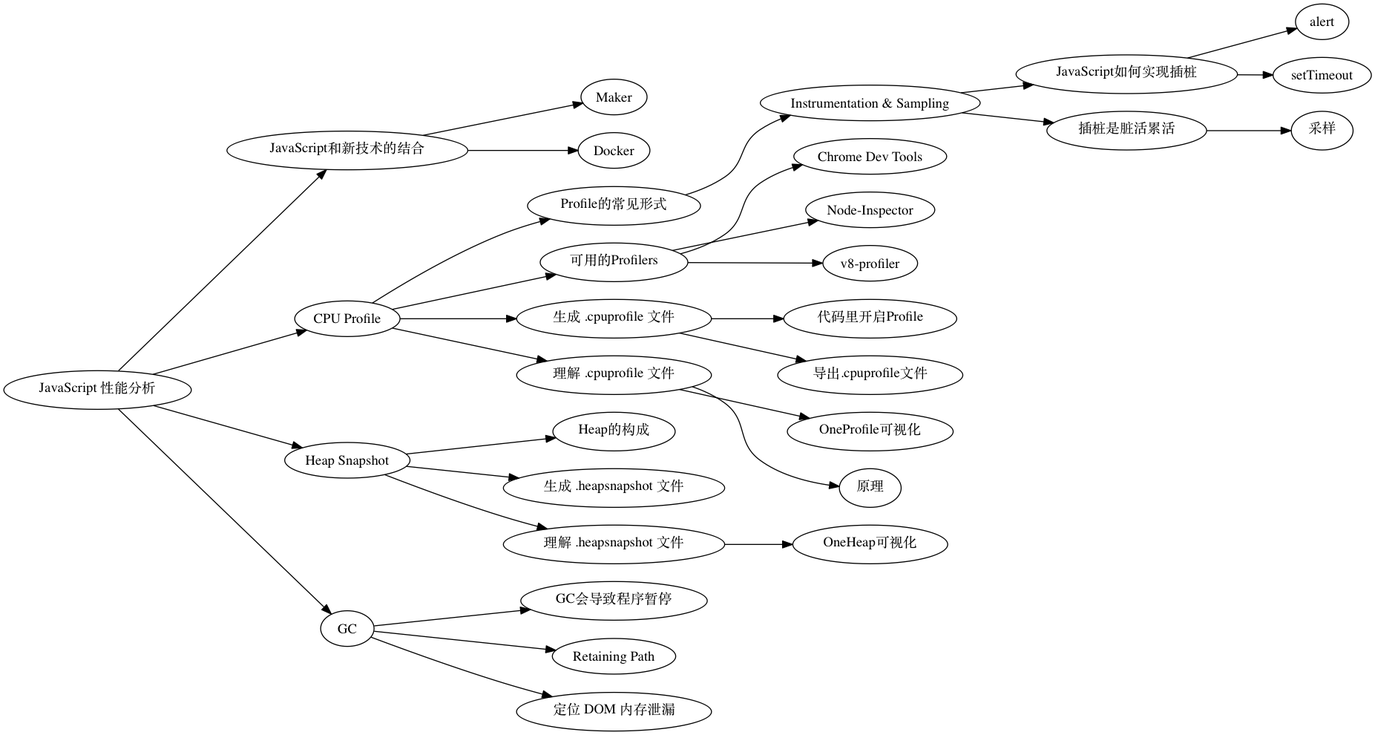
Above: Contents.png in longtian/stuq_workshop (Graphviz), before the change. Its source is kept beside it as Contents.dot.
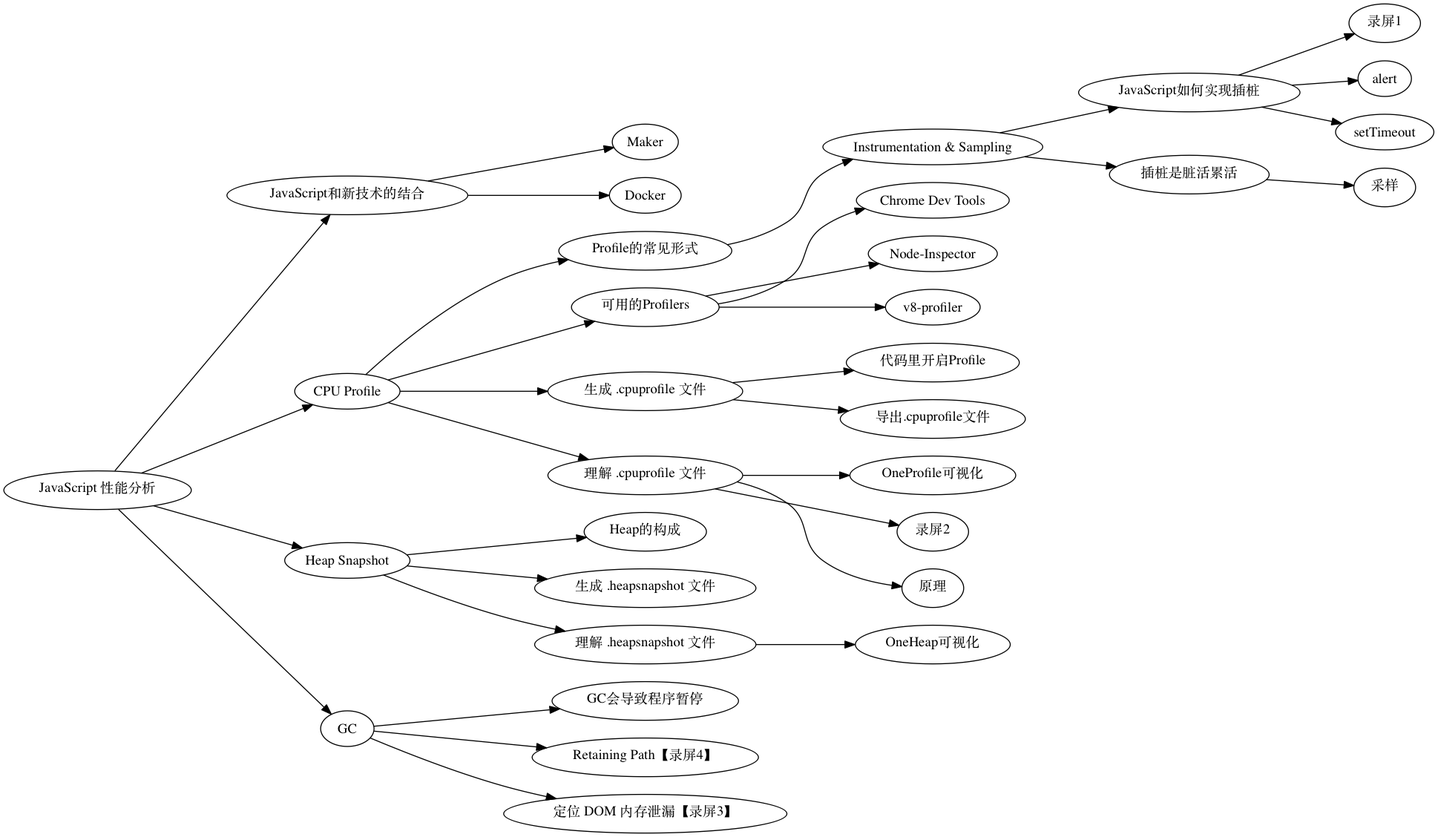
The same file after the commit.

Diff of the diagram source:
```diff
@@ -5,16 +5,16 @@
   	"JavaScript和新技术的结合"->"Maker","Docker"
 
 	"CPU Profile"->"Profile的常见形式"->"Instrumentation & Sampling"
-	"Instrumentation & Sampling"->"JavaScript如何实现插桩"->"alert","setTimeout"
+	"Instrumentation & Sampling"->"JavaScript如何实现插桩"->"录屏1","alert","setTimeout"
 	"Instrumentation & Sampling"->"插桩是脏活累活"->"采样"
 
 	"CPU Profile"->"可用的Profilers"->"Chrome Dev Tools","Node-Inspector","v8-profiler"
 	"CPU Profile"->"生成 .cpuprofile 文件"->"代码里开启Profile","导出.cpuprofile文件"
-	"CPU Profile"->"理解 .cpuprofile 文件"->"OneProfile可视化","原理"
+	"CPU Profile"->"理解 .cpuprofile 文件"->"OneProfile可视化","录屏2","原理"
 
 	"Heap Snapshot"   ->"Heap的构成"
 	"Heap Snapshot"   ->"生成 .heapsnapshot 文件"
 	"Heap Snapshot"   ->"理解 .heapsnapshot 文件"->"OneHeap可视化"
 
-	"GC"     ->"GC会导致程序暂停","Retaining Path","定位 DOM 内存泄漏"
+	"GC"     ->"GC会导致程序暂停","Retaining Path【录屏4】","定位 DOM 内存泄漏【录屏3】"
 }
```
